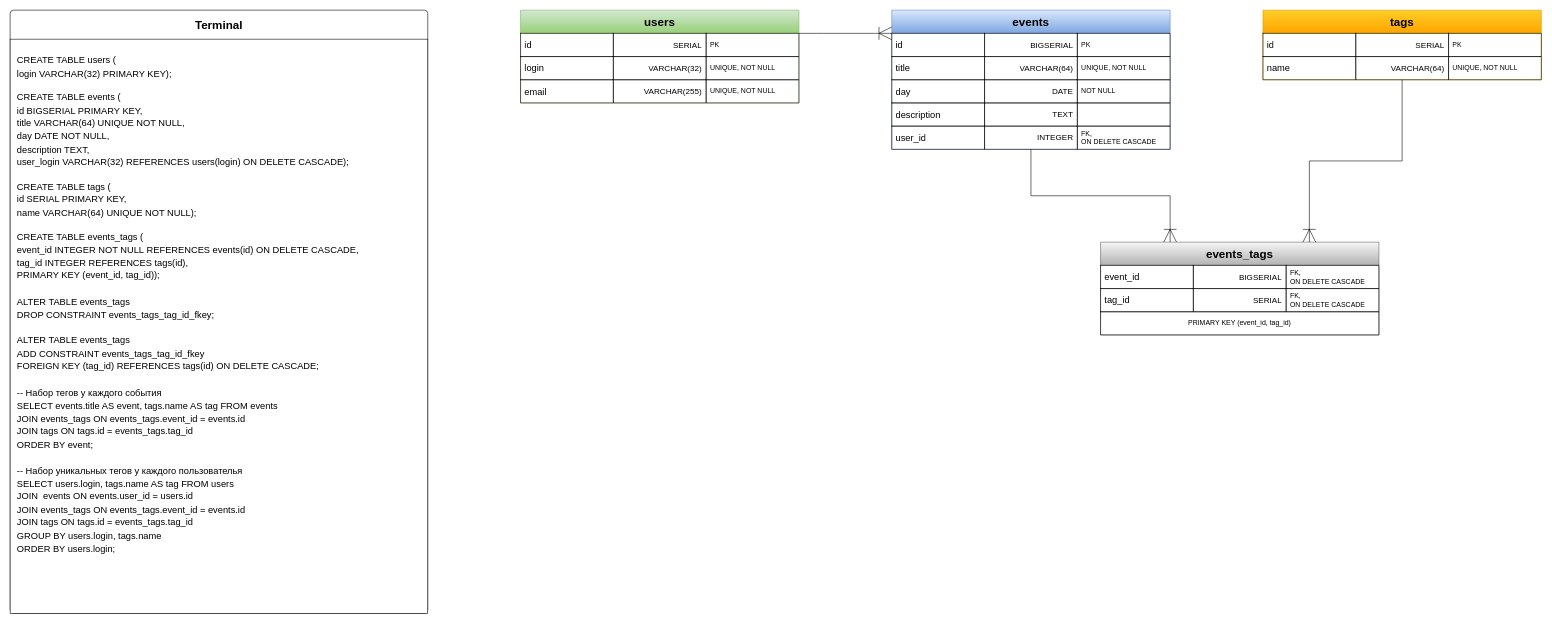
Earlier version of the draw.io diagram server/my_history.drawio (EugeneKovalskyi/MyHistory). Source tidied: cells renumbered, new cells numbered last; positions are measured from the earlier drawing's top-left corner, leaving out a move shared by most shapes. Both pictures are drawn from the tidied source at 58%, with x=0, y=0 at pixel (10, 10).
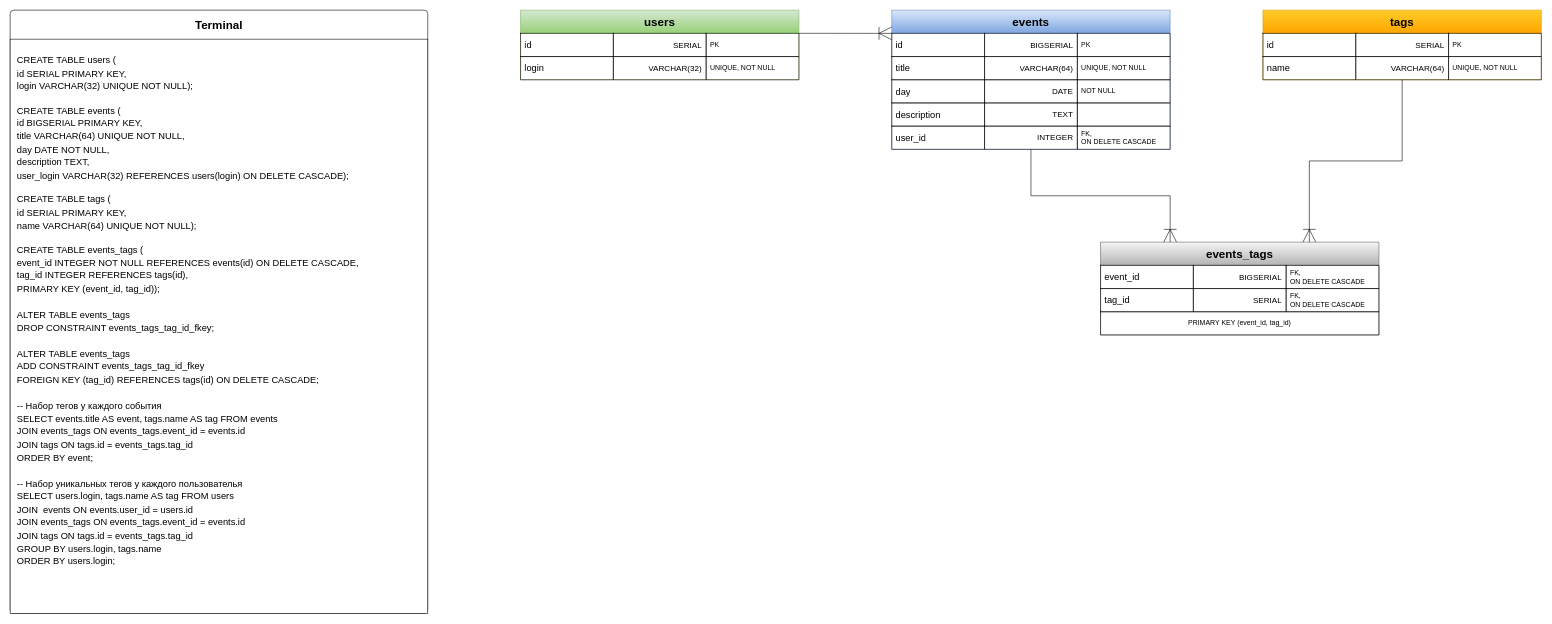
Above is the later version.

Unchanged cells that the change refers to:
```xml
<mxCell id="46" value="&lt;b&gt;&lt;font style=&quot;font-size: 20px;&quot;&gt;Terminal&lt;/font&gt;&lt;/b&gt;" style="swimlane;horizontal=1;startSize=50;rounded=1;fontSize=16;fontStyle=1;strokeWidth=1;shadow=0;dashed=0;align=center;arcSize=4;whiteSpace=wrap;html=1;fillColor=light-dark(#FFFFFF,#242424);swimlaneHead=1;swimlaneBody=1;absoluteArcSize=0;strokeColor=light-dark(#000000,#BFBFBF);glass=0;swimlaneLine=0;autosizeGrid=1;backgroundOutline=0;overflow=visible;" parent="1" vertex="1">
  <mxGeometry width="720" height="1040" as="geometry" />
</mxCell>
```

The edit, as a diff of the source:
```diff
@@
     <mxCell id="2" value="users" style="swimlane;whiteSpace=wrap;html=1;startSize=40;fontStyle=1;fontSize=20;fillColor=#d5e8d4;gradientColor=#97d077;strokeColor=light-dark(#82B366,#FFFFFF);" parent="1" vertex="1">
-      <mxGeometry x="880" width="480" height="160" as="geometry" />
+      <mxGeometry x="880" width="480" height="120" as="geometry" />
     </mxCell>
@@
-    <mxCell id="9" value="VARCHAR(255)" style="shape=partialRectangle;fillColor=none;top=1;left=1;bottom=1;right=1;align=right;spacingLeft=5;fontStyle=0;overflow=hidden;html=1;whiteSpace=wrap;spacingRight=5;fontSize=14;strokeColor=default;verticalAlign=middle;fontFamily=Helvetica;fontColor=default;" parent="2" vertex="1">
-      <mxGeometry x="160" y="120" width="160" height="40" as="geometry" />
-    </mxCell>
-    <mxCell id="10" value="email&lt;span style=&quot;white-space: pre;&quot;&gt;&#9;&lt;/span&gt;&lt;span style=&quot;white-space: pre;&quot;&gt;&#9;&lt;/span&gt;" style="shape=partialRectangle;fillColor=none;top=1;left=1;bottom=1;right=1;align=left;spacingLeft=5;fontStyle=0;overflow=hidden;html=1;whiteSpace=wrap;spacingRight=5;fontSize=16;strokeColor=default;verticalAlign=middle;fontFamily=Helvetica;fontColor=default;" parent="2" vertex="1">
-      <mxGeometry y="120" width="160" height="40" as="geometry" />
-    </mxCell>
-    <mxCell id="11" value="UNIQUE, NOT NULL" style="shape=partialRectangle;fillColor=none;top=1;left=1;bottom=1;right=1;align=left;spacingLeft=5;fontStyle=0;overflow=hidden;html=1;whiteSpace=wrap;spacingRight=5;fontSize=12;strokeColor=default;verticalAlign=middle;fontFamily=Helvetica;fontColor=default;" parent="2" vertex="1">
-      <mxGeometry x="320" y="120" width="160" height="40" as="geometry" />
-    </mxCell>
@@
-    <mxCell id="43" style="edgeStyle=entityRelationEdgeStyle;fontSize=12;html=1;endArrow=ERoneToMany;rounded=0;exitX=1;exitY=0.25;exitDx=0;exitDy=0;strokeWidth=1;endSize=20;" parent="1" edge="1" source="2">
+    <mxCell id="43" style="edgeStyle=entityRelationEdgeStyle;fontSize=12;html=1;endArrow=ERoneToMany;rounded=0;strokeWidth=1;endSize=20;exitX=1;exitY=0.333;exitDx=0;exitDy=0;exitPerimeter=0;" parent="1" edge="1" source="2">
       <mxGeometry relative="1" as="geometry">
         <mxPoint x="1520" y="40" as="targetPoint" />
       </mxGeometry>
     </mxCell>
@@
-    <mxCell id="47" value="&lt;div&gt;&lt;br&gt;&lt;/div&gt;&lt;div style=&quot;line-height: 140%;&quot;&gt;CREATE TABLE users (&lt;/div&gt;&lt;div style=&quot;line-height: 140%;&quot;&gt;login VARCHAR(32) PRIMARY KEY);&lt;/div&gt;&lt;div&gt;&lt;br&gt;&lt;/div&gt;&lt;div style=&quot;line-height: 140%;&quot;&gt;CREATE TABLE events (&lt;/div&gt;&lt;div style=&quot;line-height: 140%;&quot;&gt;id BIGSERIAL PRIMARY KEY,&lt;/div&gt;&lt;div style=&quot;line-height: 140%;&quot;&gt;title VARCHAR(64) UNIQUE NOT NULL,&lt;/div&gt;&lt;div style=&quot;line-height: 140%;&quot;&gt;day DATE NOT NULL,&lt;/div&gt;&lt;div style=&quot;line-height: 140%;&quot;&gt;description TEXT,&lt;/div&gt;&lt;div style=&quot;line-height: 140%;&quot;&gt;user_login VARCHAR(32) REFERENCES users(login) ON DELETE CASCADE);&lt;/div&gt;&lt;div&gt;&lt;br&gt;&lt;/div&gt;&lt;div style=&quot;line-height: 140%;&quot;&gt;CREATE TABLE tags (&lt;/div&gt;&lt;div style=&quot;line-height: 140%;&quot;&gt;id SERIAL PRIMARY KEY,&lt;/div&gt;&lt;div style=&quot;line-height: 140%;&quot;&gt;name VARCHAR(64) UNIQUE NOT NULL);&lt;/div&gt;&lt;div&gt;&lt;br&gt;&lt;/div&gt;&lt;div style=&quot;line-height: 140%;&quot;&gt;CREATE TABLE events_tags (&lt;/div&gt;&lt;div style=&quot;line-height: 140%;&quot;&gt;event_id INTEGER NOT NULL&amp;nbsp;REFERENCES events(id) ON DELETE CASCADE,&lt;/div&gt;&lt;div style=&quot;line-height: 140%;&quot;&gt;tag_id INTEGER&amp;nbsp;REFERENCES tags(id),&lt;br&gt;&lt;/div&gt;&lt;div style=&quot;line-height: 140%;&quot;&gt;PRIMARY KEY (event_id, tag_id));&lt;/div&gt;&lt;div style=&quot;line-height: 140%;&quot;&gt;&lt;br&gt;&lt;/div&gt;&lt;div style=&quot;line-height: 140%;&quot;&gt;ALTER TABLE events_tags&amp;nbsp;&lt;/div&gt;&lt;div style=&quot;line-height: 140%;&quot;&gt;DROP CONSTRAINT events_tags_tag_id_fkey;&lt;/div&gt;&lt;div style=&quot;line-height: 140%;&quot;&gt;&lt;br&gt;&lt;/div&gt;&lt;div style=&quot;line-height: 140%;&quot;&gt;ALTER TABLE events_tags&amp;nbsp;&lt;/div&gt;&lt;div style=&quot;line-height: 140%;&quot;&gt;ADD CONSTRAINT events_tags_tag_id_fkey&amp;nbsp;&lt;/div&gt;&lt;div style=&quot;line-height: 140%;&quot;&gt;FOREIGN KEY (tag_id) REFERENCES tags(id) ON DELETE CASCADE;&lt;/div&gt;&lt;div style=&quot;line-height: 140%;&quot;&gt;&lt;br&gt;&lt;/div&gt;&lt;div style=&quot;line-height: 140%;&quot;&gt;&lt;div style=&quot;line-height: 140%;&quot;&gt;-- Набор тегов у каждого события&lt;/div&gt;&lt;div style=&quot;line-height: 140%;&quot;&gt;SELECT events.title AS event, tags.name AS tag FROM events&lt;/div&gt;&lt;div style=&quot;line-height: 140%;&quot;&gt;JOIN events_tags ON events_tags.event_id = events.id&lt;/div&gt;&lt;div style=&quot;line-height: 140%;&quot;&gt;JOIN tags ON tags.id = events_tags.tag_id&lt;/div&gt;ORDER BY event;&lt;/div&gt;&lt;div style=&quot;line-height: 140%;&quot;&gt;&lt;br&gt;&lt;/div&gt;&lt;div style=&quot;line-height: 140%;&quot;&gt;-- Набор уникальных тегов у каждого пользователья&lt;/div&gt;&lt;div style=&quot;line-height: 140%;&quot;&gt;SELECT users.login, tags.name AS tag FROM users&lt;br&gt;JOIN&amp;nbsp; events ON events.user_id = users.id&lt;/div&gt;&lt;div style=&quot;line-height: 140%;&quot;&gt;JOIN events_tags ON events_tags.event_id = events.id&lt;/div&gt;&lt;div style=&quot;line-height: 140%;&quot;&gt;JOIN tags ON tags.id = events_tags.tag_id&lt;/div&gt;&lt;div style=&quot;line-height: 140%;&quot;&gt;GROUP BY users.login, tags.name&lt;br&gt;&lt;/div&gt;&lt;div style=&quot;line-height: 140%;&quot;&gt;ORDER BY users.login;&lt;/div&gt;&lt;div style=&quot;line-height: 140%;&quot;&gt;&lt;br&gt;&lt;/div&gt;" style="align=left;strokeColor=light-dark(#000000,#BFBFBF);fillColor=light-dark(#FFFFFF,#2B0920);spacingLeft=10;fontSize=16;verticalAlign=top;html=1;strokeWidth=1;backgroundOutline=0;overflow=visible;noLabel=0;imageAspect=1;" parent="46" vertex="1">
+    <mxCell id="47" value="&lt;div&gt;&lt;br&gt;&lt;/div&gt;&lt;div style=&quot;line-height: 140%;&quot;&gt;CREATE TABLE users (&lt;/div&gt;&lt;div style=&quot;line-height: 140%;&quot;&gt;id SERIAL PRIMARY KEY,&lt;br&gt;&lt;/div&gt;&lt;div style=&quot;line-height: 140%;&quot;&gt;login VARCHAR(32) UNIQUE NOT NULL);&lt;/div&gt;&lt;div&gt;&lt;br&gt;&lt;/div&gt;&lt;div style=&quot;line-height: 140%;&quot;&gt;CREATE TABLE events (&lt;/div&gt;&lt;div style=&quot;line-height: 140%;&quot;&gt;id BIGSERIAL PRIMARY KEY,&lt;/div&gt;&lt;div style=&quot;line-height: 140%;&quot;&gt;title VARCHAR(64) UNIQUE NOT NULL,&lt;/div&gt;&lt;div style=&quot;line-height: 140%;&quot;&gt;day DATE NOT NULL,&lt;/div&gt;&lt;div style=&quot;line-height: 140%;&quot;&gt;description TEXT,&lt;/div&gt;&lt;div style=&quot;line-height: 140%;&quot;&gt;user_login VARCHAR(32) REFERENCES users(login) ON DELETE CASCADE);&lt;/div&gt;&lt;div&gt;&lt;br&gt;&lt;/div&gt;&lt;div style=&quot;line-height: 140%;&quot;&gt;CREATE TABLE tags (&lt;/div&gt;&lt;div style=&quot;line-height: 140%;&quot;&gt;id SERIAL PRIMARY KEY,&lt;/div&gt;&lt;div style=&quot;line-height: 140%;&quot;&gt;name VARCHAR(64) UNIQUE NOT NULL);&lt;/div&gt;&lt;div&gt;&lt;br&gt;&lt;/div&gt;&lt;div style=&quot;line-height: 140%;&quot;&gt;CREATE TABLE events_tags (&lt;/div&gt;&lt;div style=&quot;line-height: 140%;&quot;&gt;event_id INTEGER NOT NULL&amp;nbsp;REFERENCES events(id) ON DELETE CASCADE,&lt;/div&gt;&lt;div style=&quot;line-height: 140%;&quot;&gt;tag_id INTEGER&amp;nbsp;REFERENCES tags(id),&lt;br&gt;&lt;/div&gt;&lt;div style=&quot;line-height: 140%;&quot;&gt;PRIMARY KEY (event_id, tag_id));&lt;/div&gt;&lt;div style=&quot;line-height: 140%;&quot;&gt;&lt;br&gt;&lt;/div&gt;&lt;div style=&quot;line-height: 140%;&quot;&gt;ALTER TABLE events_tags&amp;nbsp;&lt;/div&gt;&lt;div style=&quot;line-height: 140%;&quot;&gt;DROP CONSTRAINT events_tags_tag_id_fkey;&lt;/div&gt;&lt;div style=&quot;line-height: 140%;&quot;&gt;&lt;br&gt;&lt;/div&gt;&lt;div style=&quot;line-height: 140%;&quot;&gt;ALTER TABLE events_tags&amp;nbsp;&lt;/div&gt;&lt;div style=&quot;line-height: 140%;&quot;&gt;ADD CONSTRAINT events_tags_tag_id_fkey&amp;nbsp;&lt;/div&gt;&lt;div style=&quot;line-height: 140%;&quot;&gt;FOREIGN KEY (tag_id) REFERENCES tags(id) ON DELETE CASCADE;&lt;/div&gt;&lt;div style=&quot;line-height: 140%;&quot;&gt;&lt;br&gt;&lt;/div&gt;&lt;div style=&quot;line-height: 140%;&quot;&gt;&lt;div style=&quot;line-height: 140%;&quot;&gt;-- Набор тегов у каждого события&lt;/div&gt;&lt;div style=&quot;line-height: 140%;&quot;&gt;SELECT events.title AS event, tags.name AS tag FROM events&lt;/div&gt;&lt;div style=&quot;line-height: 140%;&quot;&gt;JOIN events_tags ON events_tags.event_id = events.id&lt;/div&gt;&lt;div style=&quot;line-height: 140%;&quot;&gt;JOIN tags ON tags.id = events_tags.tag_id&lt;/div&gt;ORDER BY event;&lt;/div&gt;&lt;div style=&quot;line-height: 140%;&quot;&gt;&lt;br&gt;&lt;/div&gt;&lt;div style=&quot;line-height: 140%;&quot;&gt;-- Набор уникальных тегов у каждого пользователья&lt;/div&gt;&lt;div style=&quot;line-height: 140%;&quot;&gt;SELECT users.login, tags.name AS tag FROM users&lt;br&gt;JOIN&amp;nbsp; events ON events.user_id = users.id&lt;/div&gt;&lt;div style=&quot;line-height: 140%;&quot;&gt;JOIN events_tags ON events_tags.event_id = events.id&lt;/div&gt;&lt;div style=&quot;line-height: 140%;&quot;&gt;JOIN tags ON tags.id = events_tags.tag_id&lt;/div&gt;&lt;div style=&quot;line-height: 140%;&quot;&gt;GROUP BY users.login, tags.name&lt;br&gt;&lt;/div&gt;&lt;div style=&quot;line-height: 140%;&quot;&gt;ORDER BY users.login;&lt;/div&gt;&lt;div style=&quot;line-height: 140%;&quot;&gt;&lt;br&gt;&lt;/div&gt;" style="align=left;strokeColor=light-dark(#000000,#BFBFBF);fillColor=light-dark(#FFFFFF,#2B0920);spacingLeft=10;fontSize=16;verticalAlign=top;html=1;strokeWidth=1;backgroundOutline=0;overflow=visible;noLabel=0;imageAspect=1;" parent="46" vertex="1">
       <mxGeometry y="50" width="720" height="990" as="geometry" />
     </mxCell>
```
